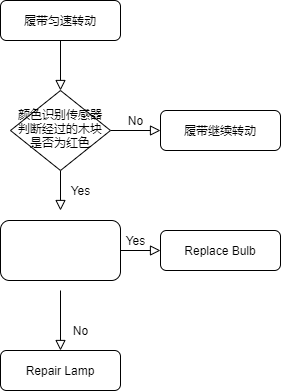
lyhmay/- keeps this draw.io diagram as Untitled Diagram.drawio.png. Above is the earlier version. Source tidied: cells renumbered, new cells last; positions are measured from the earlier drawing's top-left corner, leaving out a move shared by most shapes.
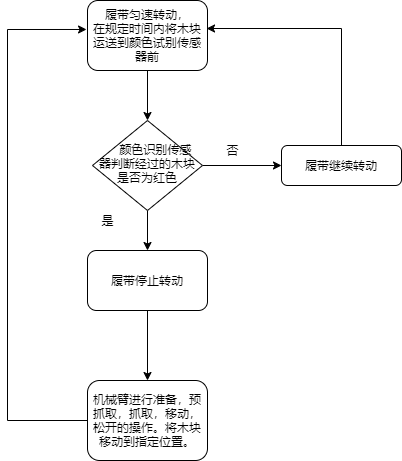
Later version of the same file.

What changed in the source:
```diff
@@ -2,44 +2,49 @@
   <root>
     <mxCell id="0" />
     <mxCell id="1" parent="0" />
-    <mxCell id="2" style="rounded=0;html=1;jettySize=auto;fontSize=11;endArrow=block;endFill=0;endSize=8;strokeWidth=1;shadow=0;labelBackgroundColor=none;edgeStyle=orthogonalEdgeStyle;" parent="1" edge="1" source="3" target="6">
+    <mxCell id="2" style="edgeStyle=orthogonalEdgeStyle;rounded=0;jettySize=auto;html=1;" parent="1" edge="1" source="3" target="6">
       <mxGeometry relative="1" as="geometry" />
     </mxCell>
-    <mxCell id="3" value="履带匀速转动" style="rounded=1;whiteSpace=wrap;html=1;fontSize=12;glass=0;strokeWidth=1;shadow=0;" parent="1" vertex="1">
-      <mxGeometry width="120" height="40" as="geometry" />
+    <mxCell id="3" value="履带匀速转动，&lt;br&gt;在规定时间内将木块运送到颜色试别传感器前" style="rounded=1;whiteSpace=wrap;html=1;fontSize=12;glass=0;strokeWidth=1;shadow=0;" parent="1" vertex="1">
+      <mxGeometry y="-30" width="120" height="70" as="geometry" />
     </mxCell>
-    <mxCell id="4" value="Yes" style="rounded=0;html=1;jettySize=auto;fontSize=11;endArrow=block;endFill=0;endSize=8;strokeWidth=1;shadow=0;labelBackgroundColor=none;edgeStyle=orthogonalEdgeStyle;" parent="1" edge="1" source="6">
-      <mxGeometry y="20" relative="1" as="geometry">
-        <mxPoint x="60" y="210" as="targetPoint" />
-      </mxGeometry>
-    </mxCell>
+    <mxCell id="13" style="edgeStyle=orthogonalEdgeStyle;rounded=0;jettySize=auto;html=1;" parent="1" edge="1" source="6" target="12">
+      <mxGeometry relative="1" as="geometry" />
+    </mxCell>
-    <mxCell id="5" value="No" style="edgeStyle=orthogonalEdgeStyle;rounded=0;html=1;jettySize=auto;fontSize=11;endArrow=block;endFill=0;endSize=8;strokeWidth=1;shadow=0;labelBackgroundColor=none;" parent="1" edge="1" source="6" target="7">
-      <mxGeometry y="10" relative="1" as="geometry" />
+    <mxCell id="5" style="edgeStyle=orthogonalEdgeStyle;rounded=0;jettySize=auto;html=1;" parent="1" edge="1" source="6" target="7">
+      <mxGeometry relative="1" as="geometry" />
     </mxCell>
-    <mxCell id="6" value="颜色识别传感器判断经过的木块是否为红色" style="rhombus;whiteSpace=wrap;html=1;shadow=0;fontFamily=Helvetica;fontSize=12;align=center;strokeWidth=1;spacing=6;spacingTop=-4;" parent="1" vertex="1">
-      <mxGeometry x="10" y="90" width="100" height="80" as="geometry" />
+    <mxCell id="6" value="&amp;nbsp; &amp;nbsp; &amp;nbsp;颜色识别传感器判断经过的木块是否为红色" style="rhombus;whiteSpace=wrap;html=1;shadow=0;fontFamily=Helvetica;fontSize=12;align=center;strokeWidth=1;spacing=6;spacingTop=-4;" parent="1" vertex="1">
+      <mxGeometry x="5" y="90" width="110" height="90" as="geometry" />
     </mxCell>
+    <mxCell id="14" style="rounded=0;jettySize=auto;html=1;exitX=0.5;exitY=0;exitDx=0;exitDy=0;edgeStyle=orthogonalEdgeStyle;entryX=0.992;entryY=0.4;entryDx=0;entryDy=0;entryPerimeter=0;" parent="1" edge="1" source="7" target="3">
+      <mxGeometry relative="1" as="geometry" />
+    </mxCell>
     <mxCell id="7" value="履带继续转动" style="rounded=1;whiteSpace=wrap;html=1;fontSize=12;glass=0;strokeWidth=1;shadow=0;" parent="1" vertex="1">
-      <mxGeometry x="160" y="110" width="120" height="40" as="geometry" />
+      <mxGeometry x="194" y="115" width="120" height="40" as="geometry" />
     </mxCell>
-    <mxCell id="8" value="No" style="rounded=0;html=1;jettySize=auto;fontSize=11;endArrow=block;endFill=0;endSize=8;strokeWidth=1;shadow=0;labelBackgroundColor=none;edgeStyle=orthogonalEdgeStyle;" parent="1" edge="1" target="10">
-      <mxGeometry x="0.33" y="20" relative="1" as="geometry">
-        <mxPoint x="60" y="290" as="sourcePoint" />
-      </mxGeometry>
-    </mxCell>
-    <mxCell id="9" value="Yes" style="edgeStyle=orthogonalEdgeStyle;rounded=0;html=1;jettySize=auto;fontSize=11;endArrow=block;endFill=0;endSize=8;strokeWidth=1;shadow=0;labelBackgroundColor=none;" parent="1" edge="1" target="11">
-      <mxGeometry y="10" relative="1" as="geometry">
-        <mxPoint x="110" y="250" as="sourcePoint" />
-      </mxGeometry>
-    </mxCell>
+    <mxCell id="15" style="edgeStyle=orthogonalEdgeStyle;rounded=0;jettySize=auto;html=1;exitX=0;exitY=0.5;exitDx=0;exitDy=0;entryX=-0.008;entryY=0.414;entryDx=0;entryDy=0;entryPerimeter=0;" parent="1" edge="1" source="10" target="3">
+      <mxGeometry relative="1" as="geometry">
+        <Array as="points">
+          <mxPoint x="-80" y="390" />
+          <mxPoint x="-80" y="-1" />
+        </Array>
+      </mxGeometry>
+    </mxCell>
-    <mxCell id="10" value="Repair Lamp" style="rounded=1;whiteSpace=wrap;html=1;fontSize=12;glass=0;strokeWidth=1;shadow=0;" parent="1" vertex="1">
-      <mxGeometry y="350" width="120" height="40" as="geometry" />
+    <mxCell id="10" value="机械臂进行准备，预抓取，抓取，移动，松开的操作。将木块移动到指定位置。" style="rounded=1;whiteSpace=wrap;html=1;fontSize=12;glass=0;strokeWidth=1;shadow=0;" parent="1" vertex="1">
+      <mxGeometry y="350" width="120" height="80" as="geometry" />
     </mxCell>
-    <mxCell id="11" value="Replace Bulb" style="rounded=1;whiteSpace=wrap;html=1;fontSize=12;glass=0;strokeWidth=1;shadow=0;" parent="1" vertex="1">
-      <mxGeometry x="160" y="230" width="120" height="40" as="geometry" />
-    </mxCell>
+    <mxCell id="16" style="edgeStyle=orthogonalEdgeStyle;rounded=0;jettySize=auto;html=1;" parent="1" edge="1" source="12" target="10">
+      <mxGeometry relative="1" as="geometry" />
+    </mxCell>
-    <mxCell id="12" style="rounded=1;whiteSpace=wrap;html=1;" parent="1" vertex="1">
+    <mxCell id="12" value="履带停止转动" style="rounded=1;whiteSpace=wrap;html=1;" parent="1" vertex="1">
       <mxGeometry y="220" width="120" height="60" as="geometry" />
     </mxCell>
+    <mxCell id="17" value="否" style="text;html=1;align=center;verticalAlign=middle;strokeColor=none;fillColor=none;" parent="1" vertex="1">
+      <mxGeometry x="130" y="110" width="30" height="20" as="geometry" />
+    </mxCell>
+    <mxCell id="18" value="是" style="text;html=1;align=center;verticalAlign=middle;strokeColor=none;fillColor=none;" parent="1" vertex="1">
+      <mxGeometry x="5" y="180" width="30" height="20" as="geometry" />
+    </mxCell>
   </root>
 </mxGraphModel>
```
